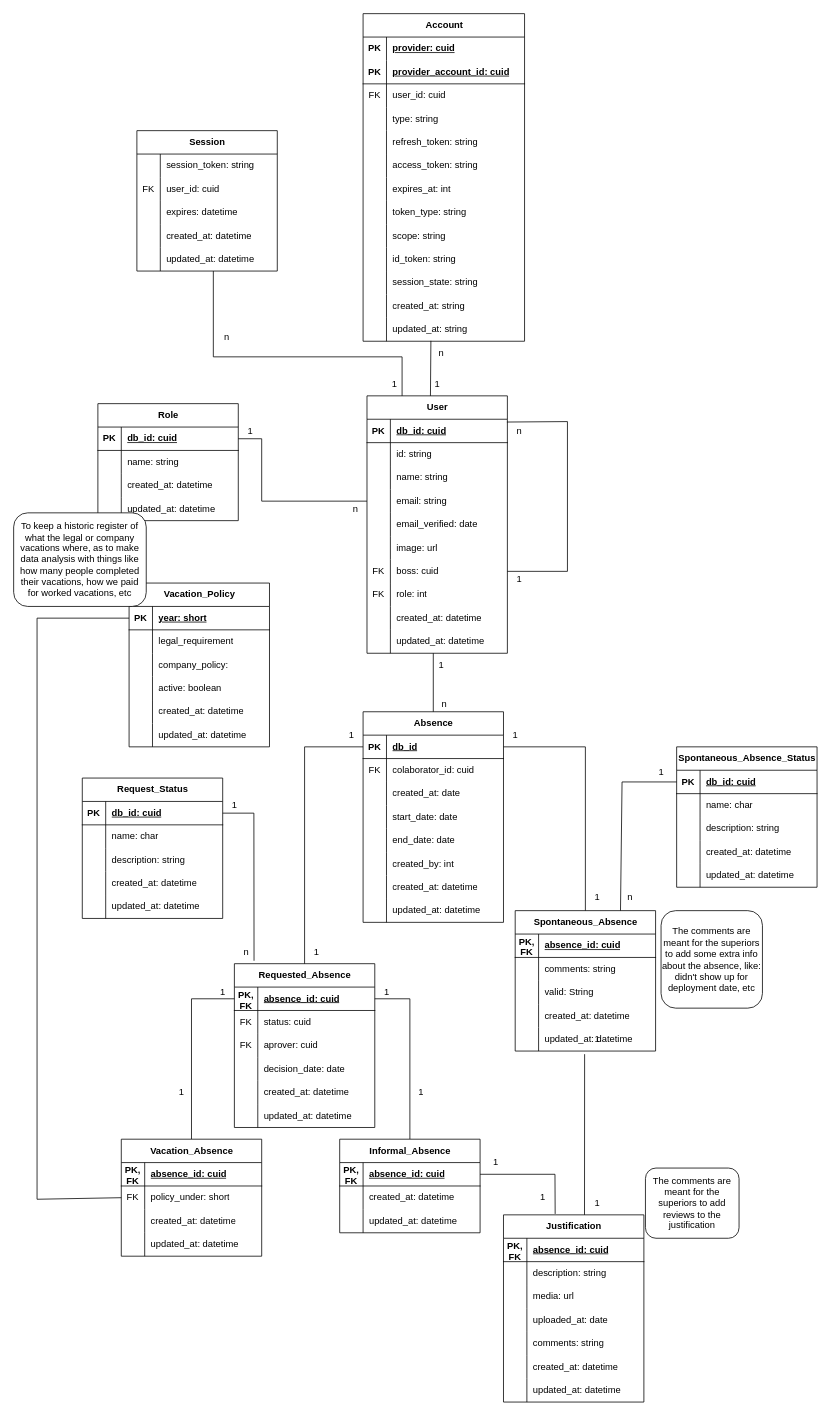
Earlier version of the draw.io diagram GestionHumana.drawio (Proyecto-de-Ingenieria-III-EIA/sistema-de-gestion-de-vacaciones). Source tidied: cells renumbered, new cells numbered last; positions are measured from the earlier drawing's top-left corner, leaving out a move shared by most shapes. Both pictures are drawn from the tidied source at 78%, with x=0, y=0 at pixel (13, 13).
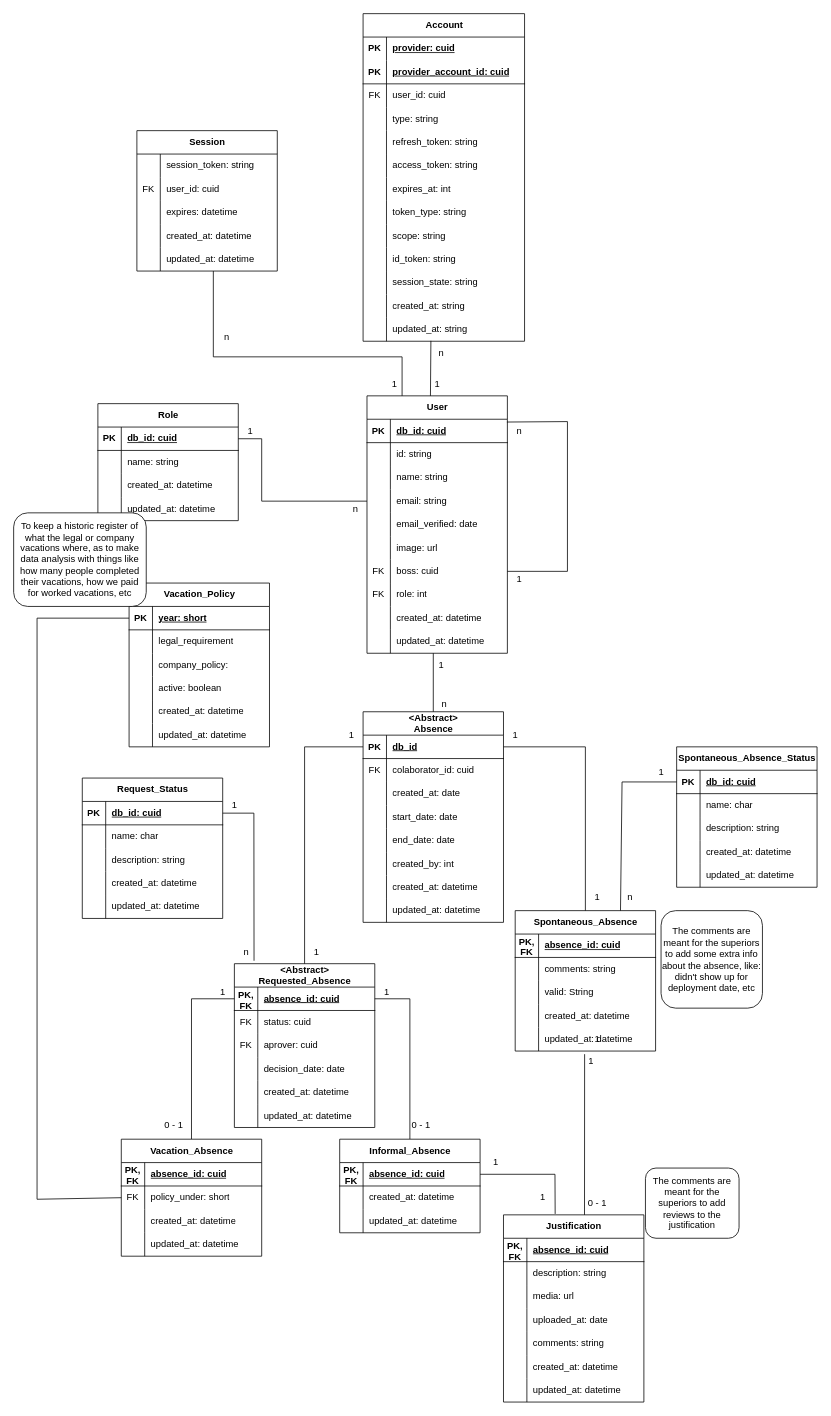
The same page after the edit.

Commit message (it also covers changes not shown here):
Working in all the requested absence query

What changed in the source:
```diff
@@
-    <mxCell id="121" value="Absence" style="shape=table;startSize=30;childLayout=tableLayout;rowLines=0;fontStyle=1;align=center;html=1;" parent="1" vertex="1">
+    <mxCell id="121" value="&amp;lt;Abstract&amp;gt;&lt;br&gt;Absence" style="shape=table;startSize=30;childLayout=tableLayout;rowLines=0;fontStyle=1;align=center;html=1;" parent="1" vertex="1">
       <mxGeometry x="448" y="895" width="180" height="270" as="geometry" />
     </mxCell>
@@
-    <mxCell id="146" value="Requested_Absence" style="shape=table;startSize=30;childLayout=tableLayout;rowLines=0;fontStyle=1;align=center;html=1;" parent="1" vertex="1">
+    <mxCell id="146" value="&amp;lt;Abstract&amp;gt;&lt;br&gt;Requested_Absence" style="shape=table;startSize=30;childLayout=tableLayout;rowLines=0;fontStyle=1;align=center;html=1;" parent="1" vertex="1">
       <mxGeometry x="283" y="1218" width="180" height="210" as="geometry" />
     </mxCell>
@@
-    <mxCell id="220" value="1" style="text;html=1;align=center;verticalAlign=middle;strokeColor=none;fillColor=none;" parent="1" vertex="1">
-      <mxGeometry x="200" y="1368" width="30" height="30" as="geometry" />
+    <mxCell id="220" value="0 - 1" style="text;html=1;align=center;verticalAlign=middle;strokeColor=none;fillColor=none;" parent="1" vertex="1">
+      <mxGeometry x="180" y="1410" width="50" height="30" as="geometry" />
     </mxCell>
@@
-    <mxCell id="224" value="1" style="text;html=1;align=center;verticalAlign=middle;strokeColor=none;fillColor=none;" parent="1" vertex="1">
-      <mxGeometry x="506.5" y="1368" width="30" height="30" as="geometry" />
+    <mxCell id="224" value="0 - 1" style="text;html=1;align=center;verticalAlign=middle;strokeColor=none;fillColor=none;" parent="1" vertex="1">
+      <mxGeometry x="496.5" y="1410" width="50" height="30" as="geometry" />
     </mxCell>
@@
-    <mxCell id="249" value="1" style="text;html=1;align=center;verticalAlign=middle;strokeColor=none;fillColor=none;" parent="1" vertex="1">
-      <mxGeometry x="733" y="1510" width="30" height="30" as="geometry" />
+    <mxCell id="249" value="0 - 1" style="text;html=1;align=center;verticalAlign=middle;strokeColor=none;fillColor=none;" parent="1" vertex="1">
+      <mxGeometry x="723" y="1510" width="50" height="30" as="geometry" />
     </mxCell>
@@
+    <mxCell id="301" value="1" style="text;html=1;align=center;verticalAlign=middle;strokeColor=none;fillColor=none;" parent="1" vertex="1">
+      <mxGeometry x="725" y="1328" width="30" height="30" as="geometry" />
+    </mxCell>
```
